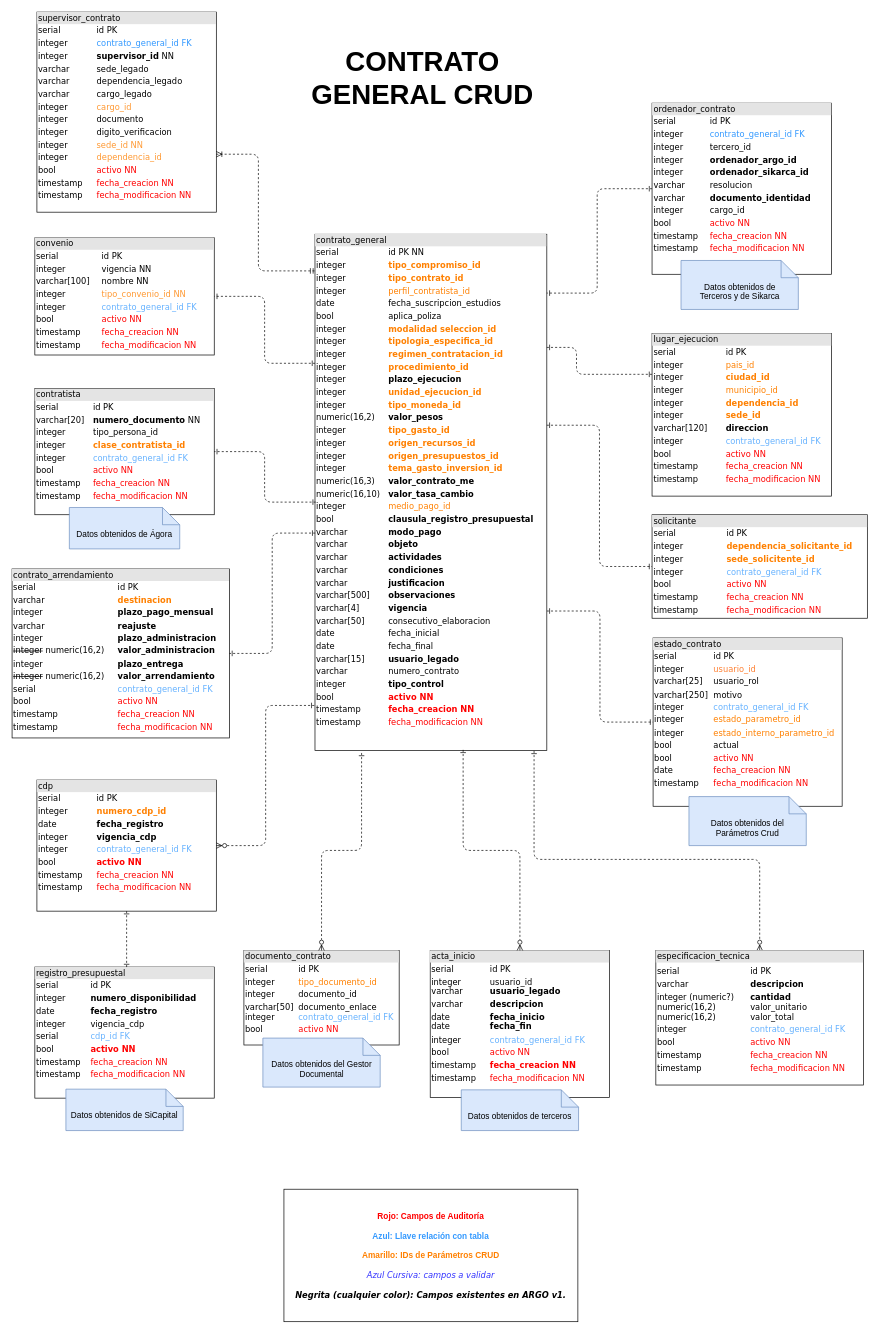
Before: modelo-database/modelo-datos-core-argo.drawio in udistrital/gestion_contractual_compras_contrato_crud, a draw.io diagram. Source tidied: cells renumbered, new cells numbered last; positions are measured from the earlier drawing's top-left corner, leaving out a move shared by most shapes. Both pictures are drawn from the tidied source at 69%, with x=0, y=0 at pixel (12, 12).
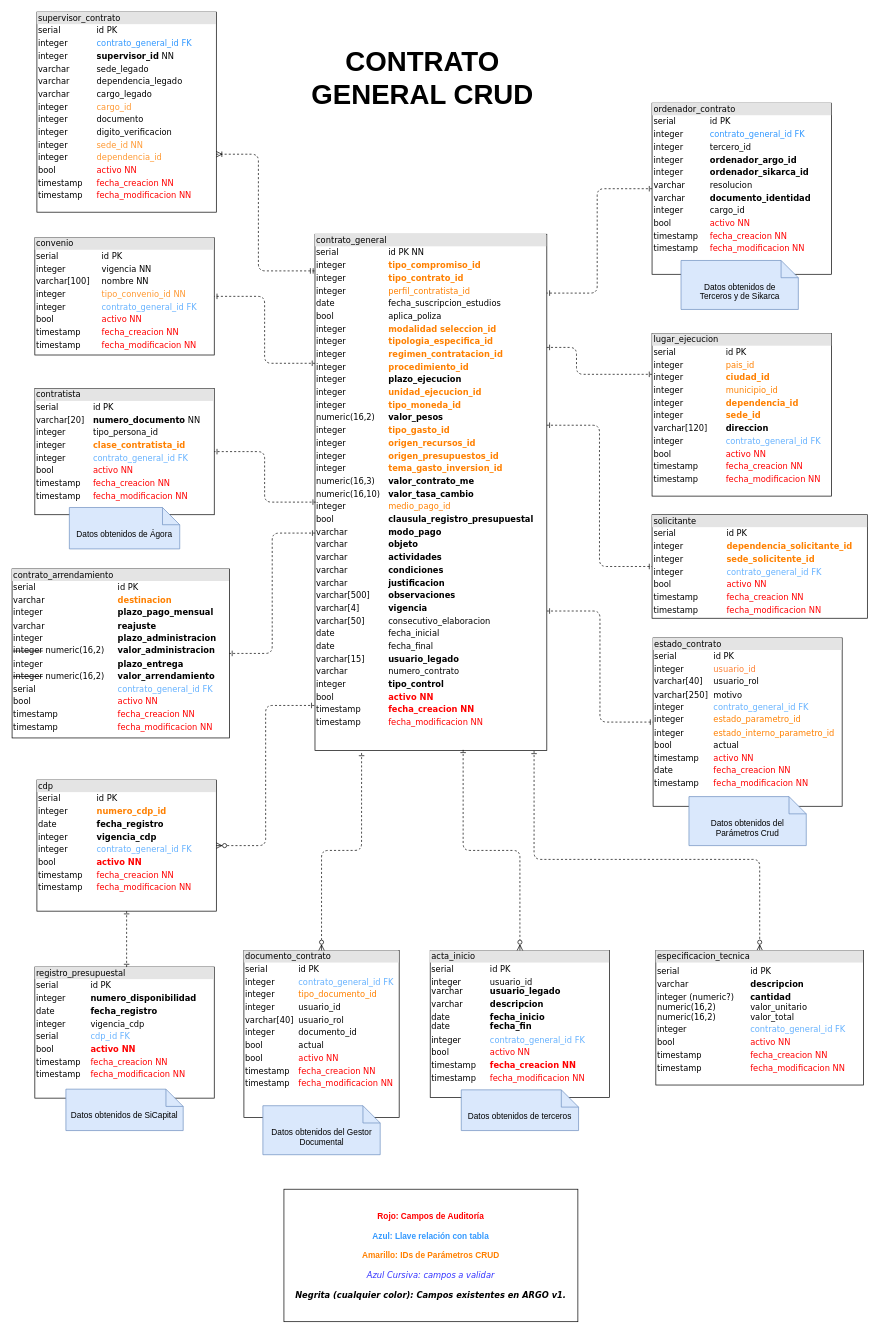
The same page after the edit.

Commit message (it also covers changes not shown here):
feat: Versionamiento documentos del contrato udistrital/argo_documentacion/issues/315

Change to the diagram source:
```diff
@@
-    <mxCell id="2" value="&lt;div style=&quot;box-sizing: border-box ; width: 100% ; background: #e4e4e4 ; padding: 2px&quot;&gt;estado_contrato&lt;/div&gt;&lt;table style=&quot;width: 100% ; font-size: 1em&quot; cellpadding=&quot;2&quot; cellspacing=&quot;0&quot;&gt;&lt;tbody&gt;&lt;tr&gt;&lt;td&gt;serial&lt;span style=&quot;white-space: pre;&quot;&gt;&#9;&lt;/span&gt;&lt;/td&gt;&lt;td&gt;id PK&lt;/td&gt;&lt;/tr&gt;&lt;tr&gt;&lt;td&gt;integer&lt;/td&gt;&lt;td&gt;&lt;font color=&quot;#ff8033&quot;&gt;usuario_id&lt;/font&gt;&lt;/td&gt;&lt;/tr&gt;&lt;tr&gt;&lt;td&gt;varchar[25]&lt;/td&gt;&lt;td&gt;usuario_rol&lt;/td&gt;&lt;/tr&gt;&lt;tr&gt;&lt;td&gt;varchar[250]&lt;/td&gt;&lt;td&gt;motivo&lt;/td&gt;&lt;/tr&gt;&lt;tr&gt;&lt;td&gt;integer&lt;/td&gt;&lt;td&gt;&lt;span style=&quot;color: rgb(102, 178, 255);&quot;&gt;contrato_general_id FK&lt;/span&gt;&lt;br style=&quot;color: rgb(102, 178, 255);&quot;&gt;&lt;/td&gt;&lt;/tr&gt;&lt;tr&gt;&lt;td&gt;integer&lt;br&gt;&lt;/td&gt;&lt;td&gt;&lt;font color=&quot;#ff8000&quot;&gt;estado_parametro_id&lt;br&gt;&lt;/font&gt;&lt;/td&gt;&lt;/tr&gt;&lt;tr&gt;&lt;td&gt;integer&lt;/td&gt;&lt;td&gt;&lt;font color=&quot;#ff8000&quot;&gt;estado_interno_parametro_id&lt;/font&gt;&lt;/td&gt;&lt;/tr&gt;&lt;tr&gt;&lt;td&gt;bool&lt;/td&gt;&lt;td&gt;actual&lt;/td&gt;&lt;/tr&gt;&lt;tr&gt;&lt;td&gt;bool&lt;br&gt;&lt;/td&gt;&lt;td&gt;&lt;font color=&quot;#ff0000&quot;&gt;activo NN&lt;br style=&quot;&quot;&gt;&lt;/font&gt;&lt;/td&gt;&lt;/tr&gt;&lt;tr&gt;&lt;td&gt;date&lt;/td&gt;&lt;td&gt;&lt;font color=&quot;#ff0000&quot;&gt;fecha_creacion NN&lt;br style=&quot;&quot;&gt;&lt;/font&gt;&lt;/td&gt;&lt;/tr&gt;&lt;tr&gt;&lt;td&gt;timestamp&lt;br&gt;&lt;/td&gt;&lt;td&gt;&lt;font color=&quot;#ff0000&quot;&gt;fecha_modificacion NN&lt;/font&gt;&lt;br&gt;&lt;/td&gt;&lt;/tr&gt;&lt;/tbody&gt;&lt;/table&gt;" style="verticalAlign=top;align=left;overflow=fill;html=1;rounded=0;shadow=0;comic=0;labelBackgroundColor=none;strokeWidth=1;fontFamily=Verdana;fontSize=12;" parent="1" vertex="1">
+    <mxCell id="2" value="&lt;div style=&quot;box-sizing: border-box; width: 100%; background: rgb(228, 228, 228); padding: 2px;&quot;&gt;estado_contrato&lt;/div&gt;&lt;table style=&quot;width: 100% ; font-size: 1em&quot; cellpadding=&quot;2&quot; cellspacing=&quot;0&quot;&gt;&lt;tbody&gt;&lt;tr&gt;&lt;td&gt;serial&lt;span style=&quot;white-space: pre;&quot;&gt;&#9;&lt;/span&gt;&lt;/td&gt;&lt;td&gt;id PK&lt;/td&gt;&lt;/tr&gt;&lt;tr&gt;&lt;td&gt;integer&lt;/td&gt;&lt;td&gt;&lt;font color=&quot;#ff8033&quot;&gt;usuario_id&lt;/font&gt;&lt;/td&gt;&lt;/tr&gt;&lt;tr&gt;&lt;td&gt;varchar[40]&lt;/td&gt;&lt;td&gt;usuario_rol&lt;/td&gt;&lt;/tr&gt;&lt;tr&gt;&lt;td&gt;varchar[250]&lt;/td&gt;&lt;td&gt;motivo&lt;/td&gt;&lt;/tr&gt;&lt;tr&gt;&lt;td&gt;integer&lt;/td&gt;&lt;td&gt;&lt;span style=&quot;color: rgb(102, 178, 255);&quot;&gt;contrato_general_id FK&lt;/span&gt;&lt;br style=&quot;color: rgb(102, 178, 255);&quot;&gt;&lt;/td&gt;&lt;/tr&gt;&lt;tr&gt;&lt;td&gt;integer&lt;br&gt;&lt;/td&gt;&lt;td&gt;&lt;font color=&quot;#ff8000&quot;&gt;estado_parametro_id&lt;br&gt;&lt;/font&gt;&lt;/td&gt;&lt;/tr&gt;&lt;tr&gt;&lt;td&gt;integer&lt;/td&gt;&lt;td&gt;&lt;font color=&quot;#ff8000&quot;&gt;estado_interno_parametro_id&lt;/font&gt;&lt;/td&gt;&lt;/tr&gt;&lt;tr&gt;&lt;td&gt;bool&lt;/td&gt;&lt;td&gt;actual&lt;/td&gt;&lt;/tr&gt;&lt;tr&gt;&lt;td&gt;timestamp&lt;/td&gt;&lt;td&gt;&lt;font color=&quot;#ff0000&quot;&gt;activo NN&lt;br style=&quot;&quot;&gt;&lt;/font&gt;&lt;/td&gt;&lt;/tr&gt;&lt;tr&gt;&lt;td&gt;date&lt;/td&gt;&lt;td&gt;&lt;font color=&quot;#ff0000&quot;&gt;fecha_creacion NN&lt;br style=&quot;&quot;&gt;&lt;/font&gt;&lt;/td&gt;&lt;/tr&gt;&lt;tr&gt;&lt;td&gt;timestamp&lt;br&gt;&lt;/td&gt;&lt;td&gt;&lt;font color=&quot;#ff0000&quot;&gt;fecha_modificacion NN&lt;/font&gt;&lt;br&gt;&lt;/td&gt;&lt;/tr&gt;&lt;/tbody&gt;&lt;/table&gt;" style="verticalAlign=top;align=left;overflow=fill;html=1;rounded=0;shadow=0;comic=0;labelBackgroundColor=none;strokeWidth=1;fontFamily=Verdana;fontSize=12;" parent="1" vertex="1">
       <mxGeometry x="929" y="907" width="274" height="244" as="geometry" />
     </mxCell>
@@
-    <mxCell id="25" value="&lt;div style=&quot;box-sizing: border-box ; width: 100% ; background: #e4e4e4 ; padding: 2px&quot;&gt;documento_contrato&lt;/div&gt;&lt;table style=&quot;width: 100% ; font-size: 1em&quot; cellpadding=&quot;2&quot; cellspacing=&quot;0&quot;&gt;&lt;tbody&gt;&lt;tr&gt;&lt;td&gt;serial&lt;/td&gt;&lt;td&gt;id PK&lt;/td&gt;&lt;/tr&gt;&lt;tr&gt;&lt;td&gt;integer&lt;br&gt;&lt;/td&gt;&lt;td&gt;&lt;font color=&quot;#ff8000&quot;&gt;tipo_documento_id&lt;br&gt;&lt;/font&gt;&lt;/td&gt;&lt;/tr&gt;&lt;tr&gt;&lt;td&gt;integer&lt;/td&gt;&lt;td&gt;documento_id&lt;/td&gt;&lt;/tr&gt;&lt;tr&gt;&lt;td&gt;varchar[50]&lt;br&gt;integer&lt;/td&gt;&lt;td&gt;documento_enlace&lt;br&gt;&lt;font color=&quot;#66b2ff&quot;&gt;contrato_general_id FK&lt;/font&gt;&lt;/td&gt;&lt;/tr&gt;&lt;tr&gt;&lt;td&gt;bool&lt;/td&gt;&lt;td&gt;&lt;font color=&quot;#ff0000&quot;&gt;activo NN&lt;/font&gt;&lt;br&gt;&lt;/td&gt;&lt;/tr&gt;&lt;/tbody&gt;&lt;/table&gt;" style="verticalAlign=top;align=left;overflow=fill;html=1;rounded=0;shadow=0;comic=0;labelBackgroundColor=none;strokeWidth=1;fontFamily=Verdana;fontSize=12;" parent="1" vertex="1">
-      <mxGeometry x="336" y="1360" width="225" height="137" as="geometry" />
+    <mxCell id="25" value="&lt;div style=&quot;box-sizing: border-box; width: 100%; background: rgb(228, 228, 228); padding: 2px;&quot;&gt;documento_contrato&lt;/div&gt;&lt;table style=&quot;width: 100% ; font-size: 1em&quot; cellpadding=&quot;2&quot; cellspacing=&quot;0&quot;&gt;&lt;tbody&gt;&lt;tr&gt;&lt;td&gt;serial&lt;/td&gt;&lt;td&gt;id PK&lt;/td&gt;&lt;/tr&gt;&lt;tr&gt;&lt;td&gt;integer&lt;/td&gt;&lt;td&gt;&lt;span style=&quot;color: rgb(102, 178, 255);&quot;&gt;contrato_general_id FK&lt;/span&gt;&lt;/td&gt;&lt;/tr&gt;&lt;tr&gt;&lt;td&gt;integer&lt;br&gt;&lt;/td&gt;&lt;td&gt;&lt;font color=&quot;#ff8000&quot;&gt;tipo_documento_id&lt;br&gt;&lt;/font&gt;&lt;/td&gt;&lt;/tr&gt;&lt;tr&gt;&lt;td&gt;integer&lt;/td&gt;&lt;td&gt;usuario_id&lt;/td&gt;&lt;/tr&gt;&lt;tr&gt;&lt;td&gt;varchar[40]&lt;/td&gt;&lt;td&gt;usuario_rol&lt;/td&gt;&lt;/tr&gt;&lt;tr&gt;&lt;td&gt;integer&lt;/td&gt;&lt;td&gt;documento_id&lt;/td&gt;&lt;/tr&gt;&lt;tr&gt;&lt;td&gt;bool&lt;/td&gt;&lt;td&gt;actual&lt;/td&gt;&lt;/tr&gt;&lt;tr&gt;&lt;td&gt;bool&lt;/td&gt;&lt;td&gt;&lt;font color=&quot;#ff0000&quot;&gt;activo NN&lt;/font&gt;&lt;br&gt;&lt;/td&gt;&lt;/tr&gt;&lt;tr&gt;&lt;td&gt;timestamp&lt;/td&gt;&lt;td&gt;&lt;span style=&quot;color: rgb(255, 0, 0);&quot;&gt;fecha_creacion NN&lt;/span&gt;&lt;/td&gt;&lt;/tr&gt;&lt;tr&gt;&lt;td&gt;timestamp&lt;/td&gt;&lt;td&gt;&lt;span style=&quot;color: rgb(255, 0, 0);&quot;&gt;fecha_modificacion NN&lt;/span&gt;&lt;/td&gt;&lt;/tr&gt;&lt;/tbody&gt;&lt;/table&gt;" style="verticalAlign=top;align=left;overflow=fill;html=1;rounded=0;shadow=0;comic=0;labelBackgroundColor=none;strokeWidth=1;fontFamily=Verdana;fontSize=12;" parent="1" vertex="1">
+      <mxGeometry x="336" y="1360" width="225" height="242" as="geometry" />
     </mxCell>
     <mxCell id="26" value="Datos obtenidos del Gestor Documental" style="shape=note2;boundedLbl=1;whiteSpace=wrap;html=1;size=25;verticalAlign=top;align=center;fillColor=#dae8fc;strokeColor=#6c8ebf;" parent="1" vertex="1">
-      <mxGeometry x="363.5" y="1487" width="170" height="71" as="geometry" />
+      <mxGeometry x="363.5" y="1585" width="170" height="71" as="geometry" />
     </mxCell>
```
